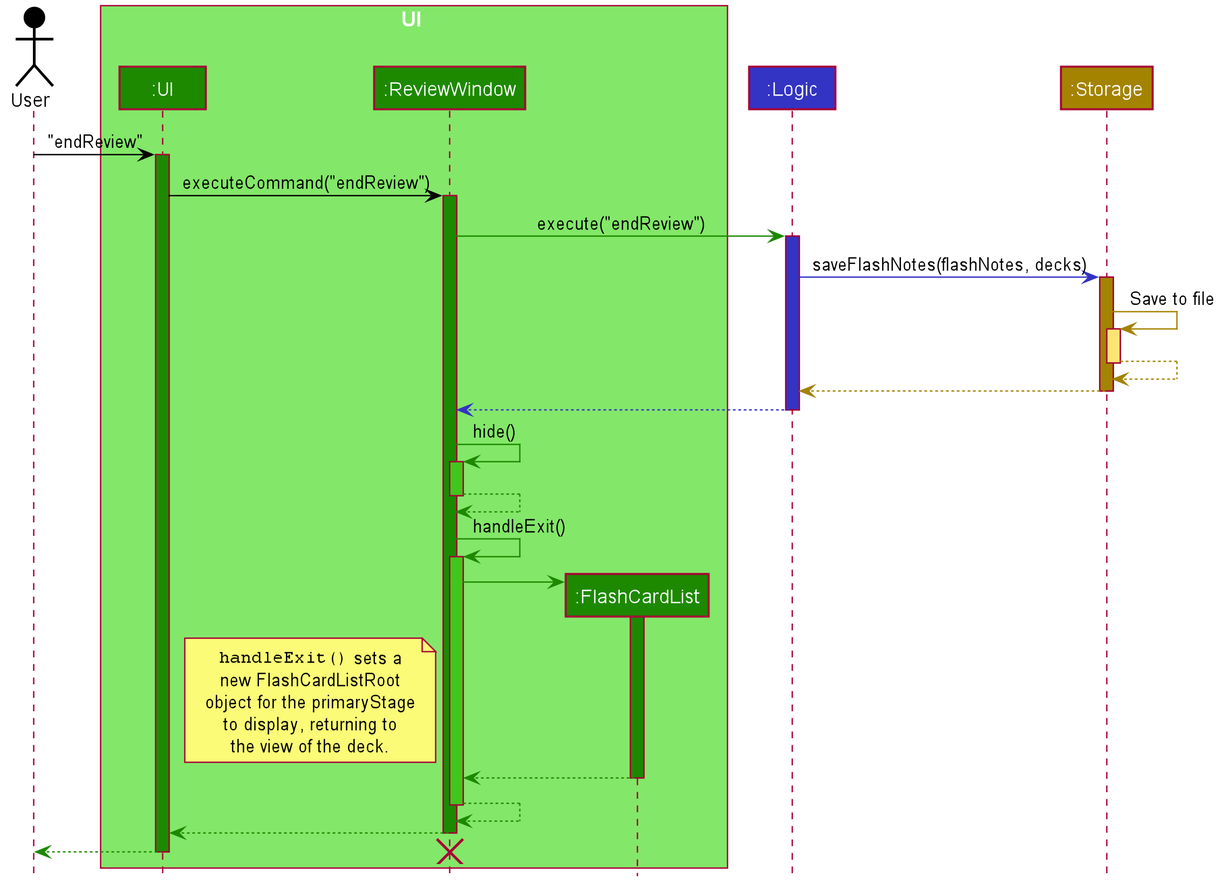
The PlantUML diagram docs/images/EndReviewSequenceDiagram.png in rachel170/tp, before a commit.
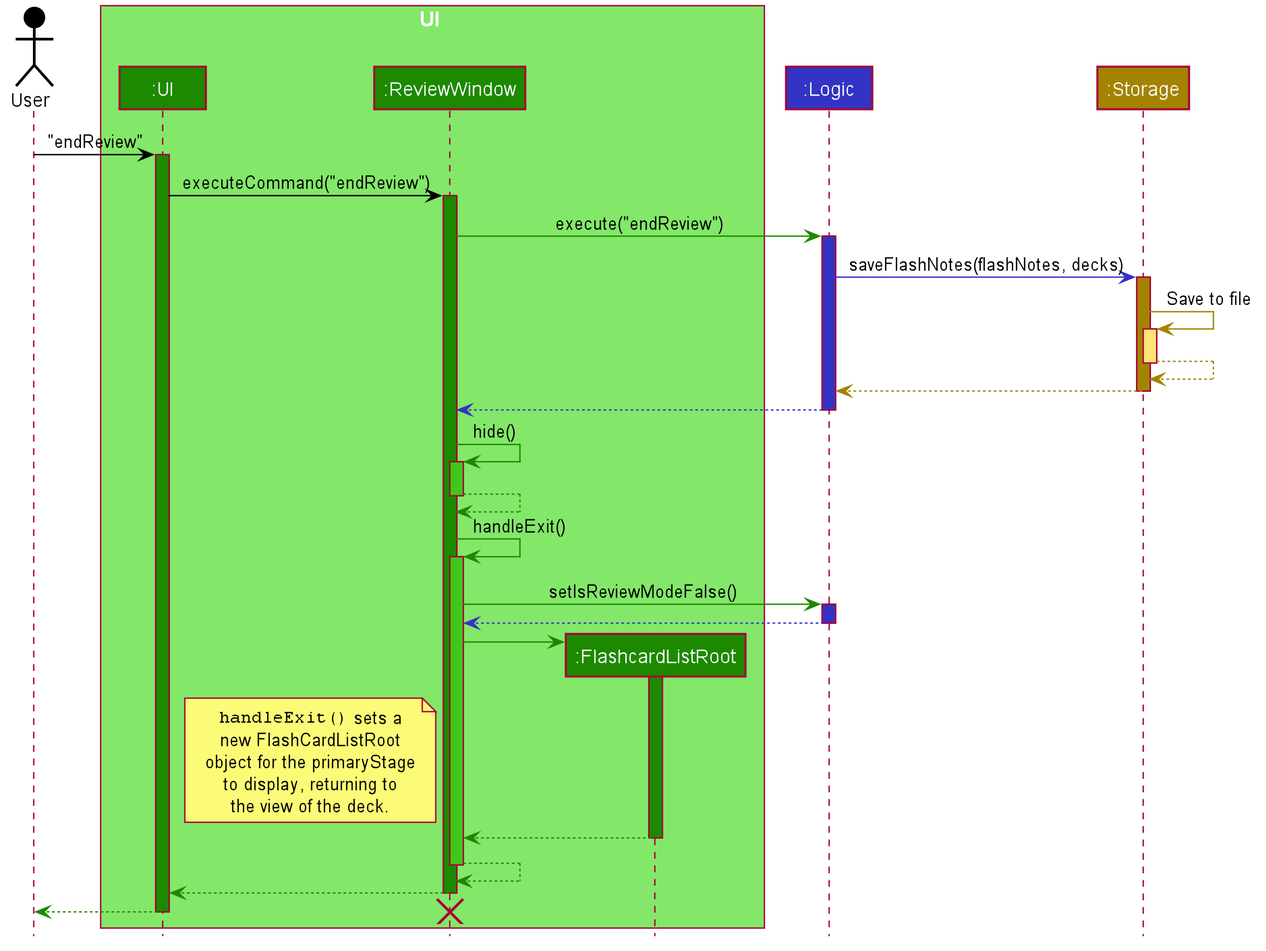
After the change.

Commit message:
DG: Update to Review Mode Implementation

What changed in the source:
```diff
@@ -52,7 +52,7 @@
 box UI #83E769
 Participant ":UI" as ui #1D8900
 Participant ":ReviewWindow" as review #1D8900
-Participant ":FlashCardList" as cardView #1D8900
+Participant ":FlashcardListRoot" as cardView #1D8900
 end box
 Participant ":Logic" as logic #3333C4
 Participant ":Storage" as storage #A38300
@@ -89,6 +89,12 @@
 review -[#1D8900]> review: handleExit()
 activate review #3FC71B
 
+review -[#1D8900]> logic: setIsReviewModeFalse()
+activate logic #3333C4
+
+logic -[#3333C4]-> review
+deactivate logic
+
 review -[#1D8900]> cardView **
 activate cardView #1D8900
 
```
